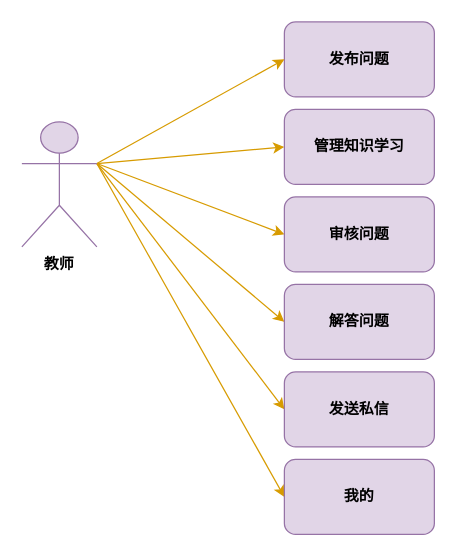
Earlier version of the draw.io diagram 教师用例图.drawio (ov0-0vo/1). Source tidied: cells renumbered, new cells numbered last; positions are measured from the earlier drawing's top-left corner, leaving out a move shared by most shapes. Both pictures are drawn from the tidied source at 125%, with x=0, y=0 at pixel (21, 21).
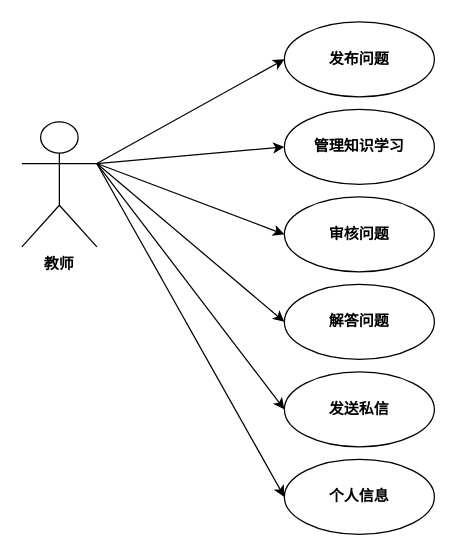
After the change.

Commit message:
更新教师用例图.drawio

Diff of the diagram source:
```diff
@@
 <mxGraphModel>
   <root>
     <mxCell id="0" />
     <mxCell id="1" parent="0" />
-    <mxCell id="2" value="发布问题" style="rounded=1;whiteSpace=wrap;html=1;fillColor=#e1d5e7;strokeColor=#9673a6;fontFamily=Times New Roman;fontStyle=1;" parent="1" vertex="1">
+    <mxCell id="2" value="发布问题" style="rounded=1;whiteSpace=wrap;html=1;fontFamily=Helvetica;fontStyle=1;shape=ellipse;perimeter=ellipsePerimeter;" parent="1" vertex="1">
       <mxGeometry x="210" width="120" height="60" as="geometry" />
     </mxCell>
-    <mxCell id="3" style="rounded=0;jettySize=auto;html=1;entryX=0;entryY=0.5;entryDx=0;entryDy=0;fillColor=#ffe6cc;strokeColor=#D79B00;" parent="1" edge="1" source="9" target="2">
+    <mxCell id="3" style="rounded=0;jettySize=auto;html=1;entryX=0;entryY=0.5;entryDx=0;entryDy=0;" parent="1" edge="1" source="9" target="2">
       <mxGeometry relative="1" as="geometry" />
     </mxCell>
-    <mxCell id="4" style="edgeStyle=none;shape=connector;rounded=0;jettySize=auto;html=1;entryX=0;entryY=0.5;entryDx=0;entryDy=0;labelBackgroundColor=default;strokeColor=#d79b00;fontFamily=Helvetica;fontSize=12;fontColor=default;endArrow=classic;fillColor=#ffe6cc;exitX=1;exitY=0.3333333333333333;exitDx=0;exitDy=0;exitPerimeter=0;" parent="1" edge="1" source="9" target="10">
+    <mxCell id="4" style="edgeStyle=none;shape=connector;rounded=0;jettySize=auto;html=1;entryX=0;entryY=0.5;entryDx=0;entryDy=0;labelBackgroundColor=default;fontFamily=Helvetica;fontSize=12;fontColor=default;endArrow=classic;exitX=1;exitY=0.3333333333333333;exitDx=0;exitDy=0;exitPerimeter=0;" parent="1" edge="1" source="9" target="10">
       <mxGeometry relative="1" as="geometry" />
     </mxCell>
-    <mxCell id="5" style="edgeStyle=none;shape=connector;rounded=0;jettySize=auto;html=1;labelBackgroundColor=default;strokeColor=#d79b00;fontFamily=Helvetica;fontSize=12;fontColor=default;endArrow=classic;fillColor=#ffe6cc;entryX=0;entryY=0.5;entryDx=0;entryDy=0;exitX=1;exitY=0.3333333333333333;exitDx=0;exitDy=0;exitPerimeter=0;" parent="1" edge="1" source="9" target="11">
+    <mxCell id="5" style="edgeStyle=none;shape=connector;rounded=0;jettySize=auto;html=1;labelBackgroundColor=default;fontFamily=Helvetica;fontSize=12;fontColor=default;endArrow=classic;entryX=0;entryY=0.5;entryDx=0;entryDy=0;exitX=1;exitY=0.3333333333333333;exitDx=0;exitDy=0;exitPerimeter=0;" parent="1" edge="1" source="9" target="11">
       <mxGeometry relative="1" as="geometry" />
     </mxCell>
-    <mxCell id="6" style="edgeStyle=none;shape=connector;rounded=0;jettySize=auto;html=1;entryX=0;entryY=0.5;entryDx=0;entryDy=0;labelBackgroundColor=default;strokeColor=#d79b00;fontFamily=Helvetica;fontSize=12;fontColor=default;endArrow=classic;fillColor=#ffe6cc;exitX=1;exitY=0.3333333333333333;exitDx=0;exitDy=0;exitPerimeter=0;" parent="1" edge="1" source="9" target="12">
+    <mxCell id="6" style="edgeStyle=none;shape=connector;rounded=0;jettySize=auto;html=1;entryX=0;entryY=0.5;entryDx=0;entryDy=0;labelBackgroundColor=default;fontFamily=Helvetica;fontSize=12;fontColor=default;endArrow=classic;exitX=1;exitY=0.3333333333333333;exitDx=0;exitDy=0;exitPerimeter=0;" parent="1" edge="1" source="9" target="12">
       <mxGeometry relative="1" as="geometry" />
     </mxCell>
-    <mxCell id="7" style="edgeStyle=none;shape=connector;rounded=0;jettySize=auto;html=1;exitX=1;exitY=0.3333333333333333;exitDx=0;exitDy=0;exitPerimeter=0;entryX=0;entryY=0.5;entryDx=0;entryDy=0;labelBackgroundColor=default;strokeColor=#d79b00;fontFamily=Helvetica;fontSize=12;fontColor=default;endArrow=classic;fillColor=#ffe6cc;" parent="1" edge="1" source="9" target="13">
+    <mxCell id="7" style="edgeStyle=none;shape=connector;rounded=0;jettySize=auto;html=1;exitX=1;exitY=0.3333333333333333;exitDx=0;exitDy=0;exitPerimeter=0;entryX=0;entryY=0.5;entryDx=0;entryDy=0;labelBackgroundColor=default;fontFamily=Helvetica;fontSize=12;fontColor=default;endArrow=classic;" parent="1" edge="1" source="9" target="13">
       <mxGeometry relative="1" as="geometry" />
     </mxCell>
-    <mxCell id="8" style="edgeStyle=none;shape=connector;rounded=0;jettySize=auto;html=1;exitX=1;exitY=0.3333333333333333;exitDx=0;exitDy=0;exitPerimeter=0;entryX=0;entryY=0.5;entryDx=0;entryDy=0;labelBackgroundColor=default;strokeColor=#d79b00;fontFamily=Helvetica;fontSize=12;fontColor=default;endArrow=classic;fillColor=#ffe6cc;" parent="1" edge="1" source="9" target="14">
+    <mxCell id="8" style="edgeStyle=none;shape=connector;rounded=0;jettySize=auto;html=1;exitX=1;exitY=0.3333333333333333;exitDx=0;exitDy=0;exitPerimeter=0;entryX=0;entryY=0.5;entryDx=0;entryDy=0;labelBackgroundColor=default;fontFamily=Helvetica;fontSize=12;fontColor=default;endArrow=classic;" parent="1" edge="1" source="9" target="14">
       <mxGeometry relative="1" as="geometry" />
     </mxCell>
-    <mxCell id="9" value="教师" style="shape=umlActor;verticalLabelPosition=bottom;verticalAlign=top;outlineConnect=0;labelBackgroundColor=none;fillColor=#e1d5e7;strokeColor=#9673a6;fontStyle=1;strokeWidth=1;fontFamily=Times New Roman;" parent="1" vertex="1">
+    <mxCell id="9" value="教师" style="shape=umlActor;verticalLabelPosition=bottom;verticalAlign=top;outlineConnect=0;labelBackgroundColor=none;fontStyle=1;strokeWidth=1;fontFamily=Times New Roman;" parent="1" vertex="1">
       <mxGeometry y="80" width="60" height="100" as="geometry" />
     </mxCell>
-    <mxCell id="10" value="管理知识学习" style="rounded=1;whiteSpace=wrap;html=1;fillColor=#e1d5e7;strokeColor=#9673a6;fontFamily=Times New Roman;fontStyle=1;" parent="1" vertex="1">
+    <mxCell id="10" value="管理知识学习" style="rounded=1;whiteSpace=wrap;html=1;fontFamily=Helvetica;fontStyle=1;shape=ellipse;perimeter=ellipsePerimeter;" parent="1" vertex="1">
       <mxGeometry x="210" y="70" width="120" height="60" as="geometry" />
     </mxCell>
-    <mxCell id="11" value="解答问题" style="rounded=1;whiteSpace=wrap;html=1;fillColor=#e1d5e7;strokeColor=#9673a6;fontFamily=Times New Roman;fontStyle=1;" parent="1" vertex="1">
+    <mxCell id="11" value="解答问题" style="rounded=1;whiteSpace=wrap;html=1;fontFamily=Helvetica;fontStyle=1;shape=ellipse;perimeter=ellipsePerimeter;" parent="1" vertex="1">
       <mxGeometry x="210" y="210" width="120" height="60" as="geometry" />
     </mxCell>
-    <mxCell id="12" value="我的" style="rounded=1;whiteSpace=wrap;html=1;fillColor=#e1d5e7;strokeColor=#9673a6;fontFamily=Times New Roman;fontStyle=1;" parent="1" vertex="1">
+    <mxCell id="12" value="个人信息" style="rounded=1;whiteSpace=wrap;html=1;fontFamily=Helvetica;fontStyle=1;shape=ellipse;perimeter=ellipsePerimeter;" parent="1" vertex="1">
       <mxGeometry x="210" y="350" width="120" height="60" as="geometry" />
     </mxCell>
-    <mxCell id="13" value="发送私信" style="rounded=1;whiteSpace=wrap;html=1;fillColor=#e1d5e7;strokeColor=#9673a6;fontFamily=Times New Roman;fontStyle=1;" parent="1" vertex="1">
+    <mxCell id="13" value="发送私信" style="rounded=1;whiteSpace=wrap;html=1;fontFamily=Helvetica;fontStyle=1;shape=ellipse;perimeter=ellipsePerimeter;" parent="1" vertex="1">
       <mxGeometry x="210" y="280" width="120" height="60" as="geometry" />
     </mxCell>
-    <mxCell id="14" value="审核问题" style="rounded=1;whiteSpace=wrap;html=1;fillColor=#e1d5e7;strokeColor=#9673a6;fontFamily=Times New Roman;fontStyle=1;" parent="1" vertex="1">
+    <mxCell id="14" value="审核问题" style="rounded=1;whiteSpace=wrap;html=1;fontFamily=Helvetica;fontStyle=1;shape=ellipse;perimeter=ellipsePerimeter;" parent="1" vertex="1">
       <mxGeometry x="210" y="140" width="120" height="60" as="geometry" />
     </mxCell>
   </root>
 </mxGraphModel>
```
